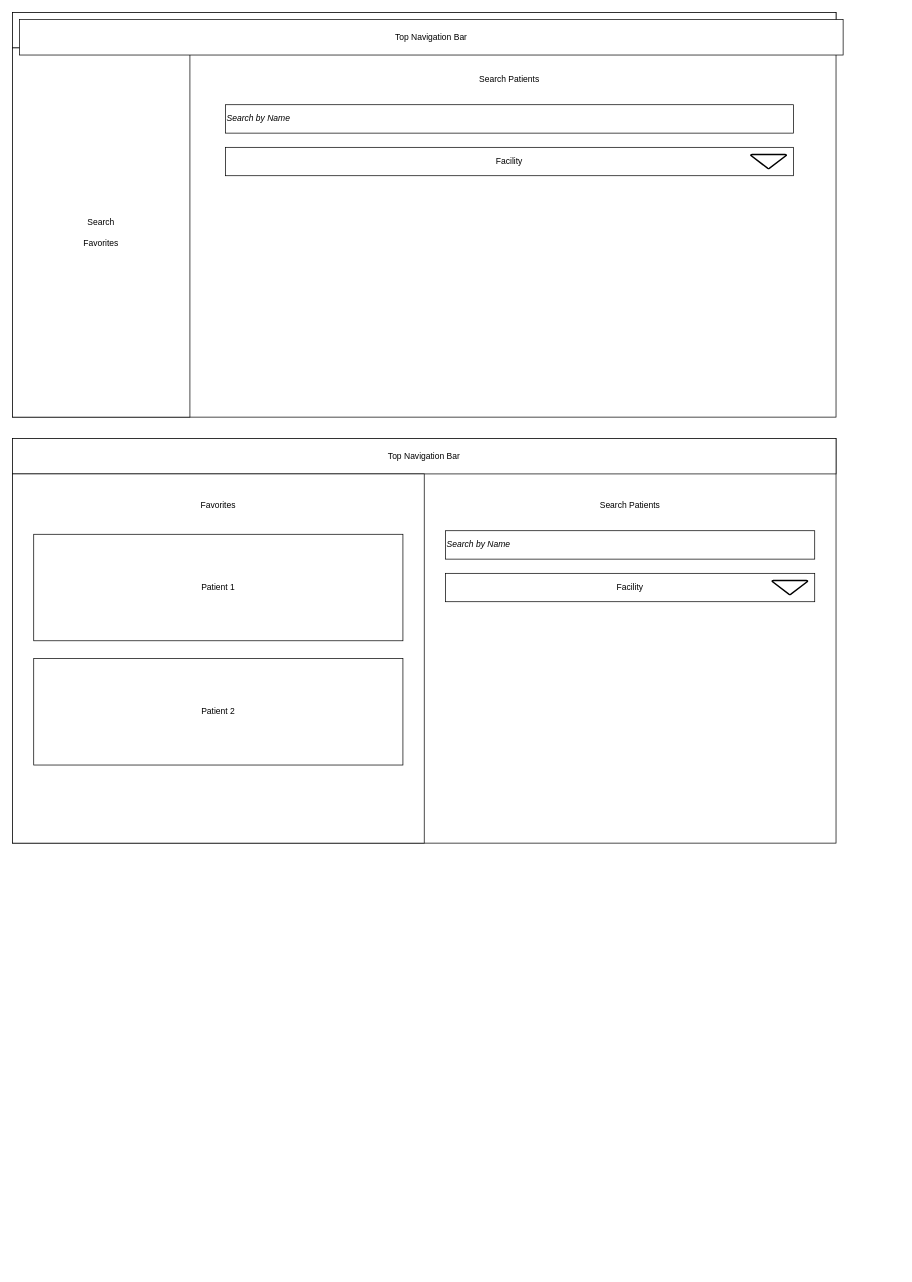
Before: diagrams/PatientsJSP.drawio in empty-works/plain-emrs-no-fw, a draw.io diagram. Source tidied: cells renumbered, new cells numbered last; positions are measured from the earlier drawing's top-left corner, leaving out a move shared by most shapes. Both pictures are drawn from the tidied source at 71%, with x=0, y=0 at pixel (12, 12).
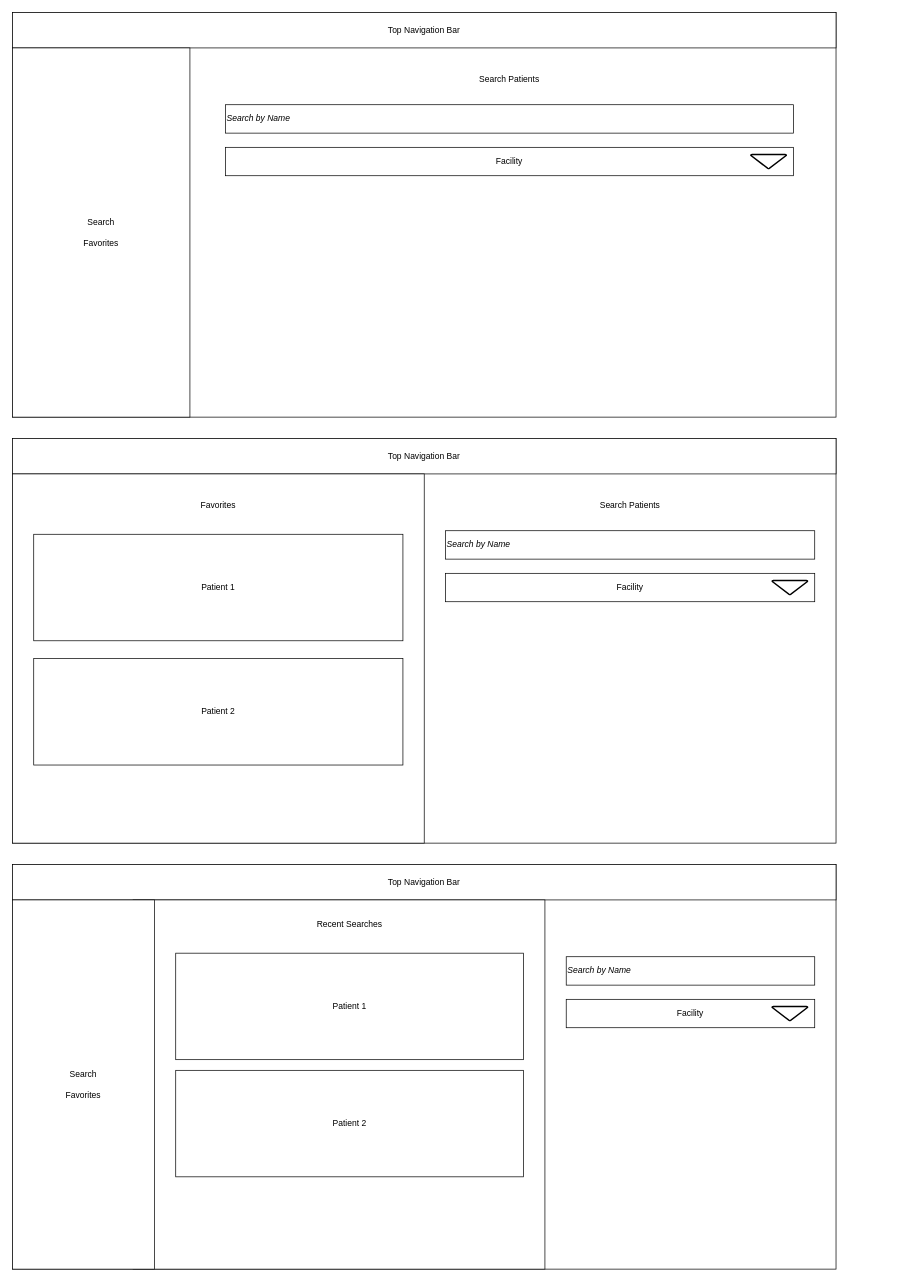
The same page after the edit.

Commit message:
Added another possible layout for the patient jsp.

The edit, as a diff of the source:
```diff
@@
-    <mxCell id="10" value="Top Navigation Bar" style="rounded=0;whiteSpace=wrap;html=1;" parent="1" vertex="1">
-      <mxGeometry x="10" y="10" width="1160" height="50" as="geometry" />
-    </mxCell>
@@
+    <mxCell id="20" style="rounded=0;whiteSpace=wrap;html=1;" parent="1" vertex="1">
+      <mxGeometry y="1200" width="1160" height="570" as="geometry" />
+    </mxCell>
+    <mxCell id="21" value="Facility" style="rounded=0;whiteSpace=wrap;html=1;" parent="1" vertex="1">
+      <mxGeometry x="780" y="1390" width="350" height="40" as="geometry" />
+    </mxCell>
+    <mxCell id="22" style="strokeWidth=2;html=1;shape=mxgraph.flowchart.merge_or_storage;whiteSpace=wrap;" parent="1" vertex="1">
+      <mxGeometry x="1070" y="1400" width="50" height="20" as="geometry" />
+    </mxCell>
+    <mxCell id="10" value="Top Navigation Bar" style="rounded=0;whiteSpace=wrap;html=1;" parent="1" vertex="1">
+      <mxGeometry y="1200" width="1160" height="50" as="geometry" />
+    </mxCell>
+    <mxCell id="23" style="rounded=0;whiteSpace=wrap;html=1;horizontal=1;verticalAlign=top;" parent="1" vertex="1">
+      <mxGeometry x="170" y="1250" width="580" height="520" as="geometry" />
+    </mxCell>
+    <mxCell id="24" value="&lt;i&gt;Search by Name&lt;/i&gt;" style="rounded=0;whiteSpace=wrap;html=1;align=left;" parent="1" vertex="1">
+      <mxGeometry x="780" y="1330" width="350" height="40" as="geometry" />
+    </mxCell>
+    <mxCell id="25" value="Recent Searches" style="text;html=1;strokeColor=none;fillColor=none;align=center;verticalAlign=middle;whiteSpace=wrap;rounded=0;" parent="1" vertex="1">
+      <mxGeometry x="210" y="1270" width="530" height="30" as="geometry" />
+    </mxCell>
+    <mxCell id="26" value="Patient 1" style="rounded=0;whiteSpace=wrap;html=1;" parent="1" vertex="1">
+      <mxGeometry x="230" y="1325" width="490" height="150" as="geometry" />
+    </mxCell>
+    <mxCell id="27" value="Patient 2" style="rounded=0;whiteSpace=wrap;html=1;" parent="1" vertex="1">
+      <mxGeometry x="230" y="1490" width="490" height="150" as="geometry" />
+    </mxCell>
+    <mxCell id="28" value="&lt;div&gt;Search&lt;/div&gt;&lt;div&gt;&lt;br&gt;&lt;/div&gt;&lt;div&gt;Favorites&lt;br&gt;&lt;/div&gt;" style="rounded=0;whiteSpace=wrap;html=1;" parent="1" vertex="1">
+      <mxGeometry y="1250" width="200" height="520" as="geometry" />
+    </mxCell>
```
